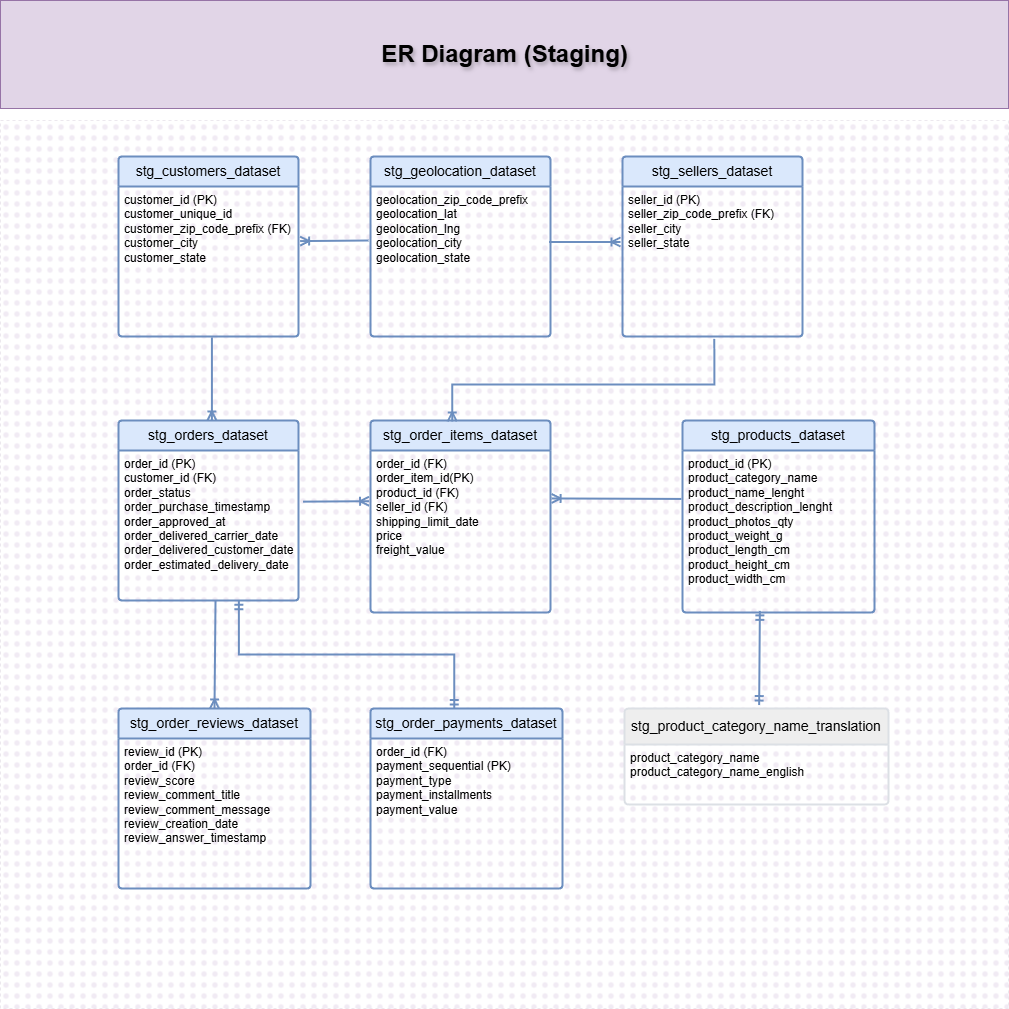
Earlier version of the draw.io export diagrams/ER Diagram.png (Thiraporn/olist_e_commerce). Source tidied: cells renumbered, new cells last; positions are measured from the earlier drawing's top-left corner, leaving out a move shared by most shapes.
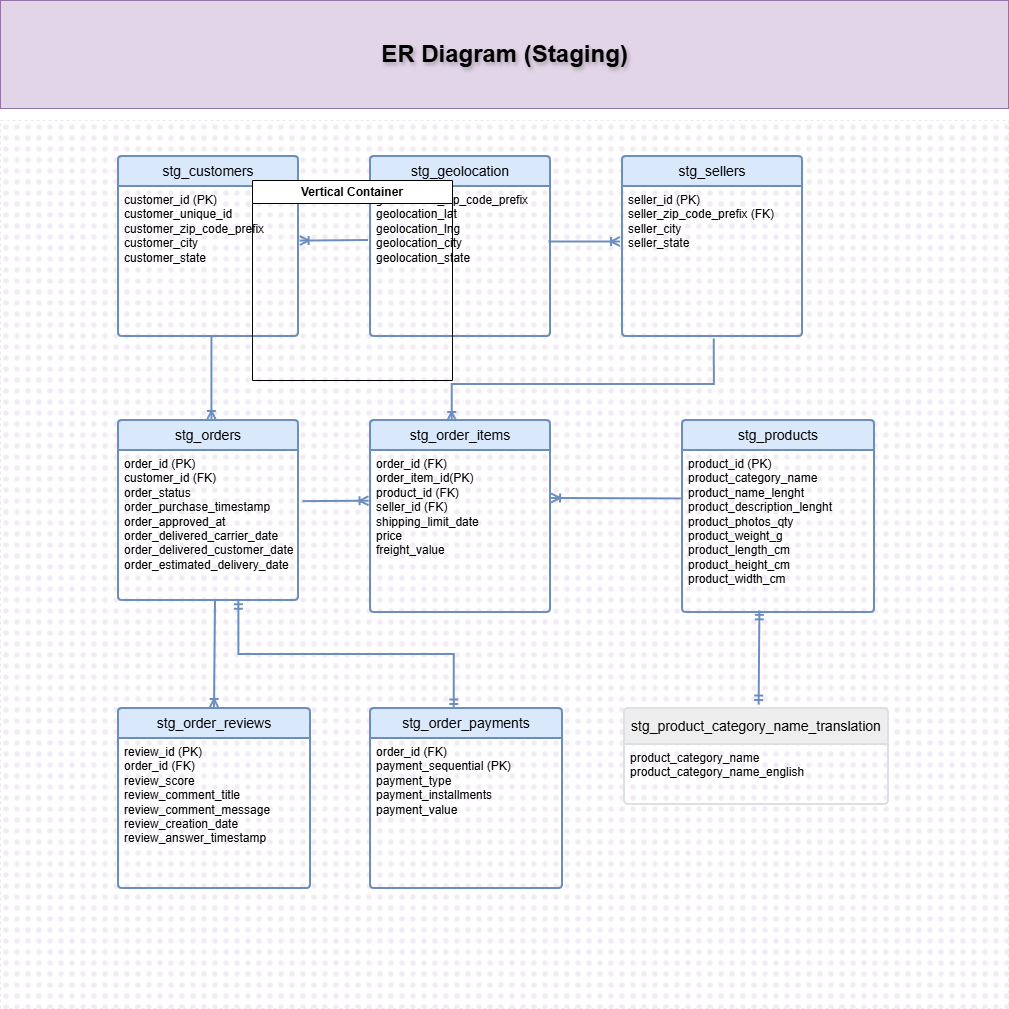
Later version of the same file.

Change to the diagram source:
```diff
@@ -5,7 +5,7 @@
     <mxCell id="2" style="text;fillColor=light-dark(#f1ebf4, #392f3f);strokeColor=light-dark(#ece8ee, #9577a3);align=center;fontStyle=1;verticalAlign=middle;fontSize=24;fontColor=default;labelBackgroundColor=none;labelBorderColor=none;textShadow=1;html=1;convertToSvg=0;dashed=1;fillStyle=dots;" parent="1" vertex="1">
       <mxGeometry y="120" width="1008" height="888" as="geometry" />
     </mxCell>
-    <mxCell id="3" value="stg_orders_dataset" style="swimlane;horizontal=1;startSize=30;rounded=1;fontSize=14;fontStyle=0;strokeWidth=2;shadow=0;dashed=0;align=center;arcSize=4;whiteSpace=wrap;html=1;fillColor=#dae8fc;strokeColor=#6c8ebf;" parent="1" vertex="1">
+    <mxCell id="3" value="stg_orders" style="swimlane;horizontal=1;startSize=30;rounded=1;fontSize=14;fontStyle=0;strokeWidth=2;shadow=0;dashed=0;align=center;arcSize=4;whiteSpace=wrap;html=1;fillColor=#dae8fc;strokeColor=#6c8ebf;" parent="1" vertex="1">
       <mxGeometry x="118" y="420" width="180" height="180" as="geometry" />
     </mxCell>
     <mxCell id="4" value="order_id (PK)&amp;nbsp;&lt;div&gt;customer_id&lt;span style=&quot;background-color: transparent; color: light-dark(rgb(0, 0, 0), rgb(255, 255, 255));&quot;&gt;&amp;nbsp;&lt;/span&gt;&lt;span style=&quot;background-color: transparent; color: light-dark(rgb(0, 0, 0), rgb(255, 255, 255));&quot;&gt;(FK)&lt;/span&gt;&lt;/div&gt;&lt;div&gt;order_status&lt;/div&gt;&lt;div&gt;order_purchase_timestamp&lt;/div&gt;&lt;div&gt;order_approved_at&lt;/div&gt;&lt;div&gt;order_delivered_carrier_date&lt;/div&gt;&lt;div&gt;order_delivered_customer_date&lt;/div&gt;&lt;div&gt;order_estimated_delivery_date&lt;/div&gt;&lt;div&gt;&lt;br&gt;&lt;/div&gt;" style="align=left;strokeColor=none;fillColor=none;spacingLeft=4;spacingRight=4;fontSize=12;verticalAlign=top;html=1;whiteSpace=wrap;" parent="3" vertex="1">
@@ -14,31 +14,31 @@
     <mxCell id="5" value="ER Diagram (Staging)" style="text;fillColor=#e1d5e7;strokeColor=#9673a6;align=center;fontStyle=1;verticalAlign=middle;fontSize=24;fontColor=default;labelBackgroundColor=none;labelBorderColor=none;textShadow=1;html=1;convertToSvg=0;" parent="1" vertex="1">
       <mxGeometry width="1008" height="108" as="geometry" />
     </mxCell>
-    <mxCell id="6" value="stg_customers_dataset" style="swimlane;horizontal=1;startSize=30;rounded=1;fontSize=14;fontStyle=0;strokeWidth=2;shadow=0;dashed=0;align=center;arcSize=4;whiteSpace=wrap;html=1;fillColor=#dae8fc;strokeColor=#6c8ebf;" parent="1" vertex="1">
+    <mxCell id="6" value="stg_customers" style="swimlane;horizontal=1;startSize=30;rounded=1;fontSize=14;fontStyle=0;strokeWidth=2;shadow=0;dashed=0;align=center;arcSize=4;whiteSpace=wrap;html=1;fillColor=#dae8fc;strokeColor=#6c8ebf;" parent="1" vertex="1">
       <mxGeometry x="118" y="156" width="180" height="180" as="geometry" />
     </mxCell>
-    <mxCell id="7" value="&lt;div&gt;&lt;div&gt;customer_id&amp;nbsp;&lt;span style=&quot;background-color: transparent; color: light-dark(rgb(0, 0, 0), rgb(255, 255, 255));&quot;&gt;(PK)&lt;/span&gt;&lt;/div&gt;&lt;div&gt;customer_unique_id&lt;/div&gt;&lt;div&gt;customer_zip_code_prefix&amp;nbsp;&lt;span style=&quot;background-color: transparent; color: light-dark(rgb(0, 0, 0), rgb(255, 255, 255));&quot;&gt;(FK)&lt;/span&gt;&lt;/div&gt;&lt;div&gt;customer_city&lt;/div&gt;&lt;div&gt;customer_state&lt;/div&gt;&lt;/div&gt;&lt;div&gt;&lt;br&gt;&lt;/div&gt;&lt;div&gt;&lt;br&gt;&lt;/div&gt;" style="align=left;strokeColor=none;fillColor=none;spacingLeft=4;spacingRight=4;fontSize=12;verticalAlign=top;html=1;whiteSpace=wrap;" parent="6" vertex="1">
+    <mxCell id="7" value="&lt;div&gt;&lt;div&gt;customer_id&amp;nbsp;&lt;span style=&quot;background-color: transparent; color: light-dark(rgb(0, 0, 0), rgb(255, 255, 255));&quot;&gt;(PK)&lt;/span&gt;&lt;/div&gt;&lt;div&gt;customer_unique_id&lt;/div&gt;&lt;div&gt;customer_zip_code_prefix&lt;/div&gt;&lt;div&gt;customer_city&lt;/div&gt;&lt;div&gt;customer_state&lt;/div&gt;&lt;/div&gt;&lt;div&gt;&lt;br&gt;&lt;/div&gt;&lt;div&gt;&lt;br&gt;&lt;/div&gt;" style="align=left;strokeColor=none;fillColor=none;spacingLeft=4;spacingRight=4;fontSize=12;verticalAlign=top;html=1;whiteSpace=wrap;" parent="6" vertex="1">
       <mxGeometry y="30" width="180" height="150" as="geometry" />
     </mxCell>
-    <mxCell id="8" value="stg_order_items_dataset" style="swimlane;horizontal=1;startSize=30;rounded=1;fontSize=14;fontStyle=0;strokeWidth=2;shadow=0;dashed=0;align=center;arcSize=4;whiteSpace=wrap;html=1;fillColor=#dae8fc;strokeColor=#6c8ebf;" parent="1" vertex="1">
+    <mxCell id="8" value="stg_order_items" style="swimlane;horizontal=1;startSize=30;rounded=1;fontSize=14;fontStyle=0;strokeWidth=2;shadow=0;dashed=0;align=center;arcSize=4;whiteSpace=wrap;html=1;fillColor=#dae8fc;strokeColor=#6c8ebf;" parent="1" vertex="1">
       <mxGeometry x="370" y="420" width="180" height="192" as="geometry" />
     </mxCell>
     <mxCell id="9" value="&lt;div&gt;&lt;div&gt;order_id&lt;span style=&quot;background-color: transparent; color: light-dark(rgb(0, 0, 0), rgb(255, 255, 255));&quot;&gt;&amp;nbsp;&lt;/span&gt;&lt;span style=&quot;background-color: transparent; color: light-dark(rgb(0, 0, 0), rgb(255, 255, 255));&quot;&gt;(FK)&lt;/span&gt;&lt;/div&gt;&lt;div&gt;&lt;div&gt;order_item_id(PK)&lt;/div&gt;&lt;div&gt;product_id&lt;span style=&quot;background-color: transparent; color: light-dark(rgb(0, 0, 0), rgb(255, 255, 255));&quot;&gt;&amp;nbsp;&lt;/span&gt;&lt;span style=&quot;background-color: transparent; color: light-dark(rgb(0, 0, 0), rgb(255, 255, 255));&quot;&gt;(FK)&lt;/span&gt;&lt;/div&gt;&lt;div&gt;seller_id&lt;span style=&quot;background-color: transparent; color: light-dark(rgb(0, 0, 0), rgb(255, 255, 255));&quot;&gt;&amp;nbsp;&lt;/span&gt;&lt;span style=&quot;background-color: transparent; color: light-dark(rgb(0, 0, 0), rgb(255, 255, 255));&quot;&gt;(FK)&lt;/span&gt;&lt;/div&gt;&lt;div&gt;shipping_limit_date&lt;/div&gt;&lt;div&gt;price&lt;/div&gt;&lt;div&gt;freight_value&lt;/div&gt;&lt;/div&gt;&lt;/div&gt;&lt;div&gt;&lt;br&gt;&lt;/div&gt;&lt;div&gt;&lt;br&gt;&lt;/div&gt;" style="align=left;strokeColor=none;fillColor=none;spacingLeft=4;spacingRight=4;fontSize=12;verticalAlign=top;html=1;whiteSpace=wrap;" parent="8" vertex="1">
       <mxGeometry y="30" width="180" height="162" as="geometry" />
     </mxCell>
-    <mxCell id="10" value="stg_products_dataset" style="swimlane;horizontal=1;startSize=30;rounded=1;fontSize=14;fontStyle=0;strokeWidth=2;shadow=0;dashed=0;align=center;arcSize=4;whiteSpace=wrap;html=1;fillColor=#dae8fc;strokeColor=#6c8ebf;" parent="1" vertex="1">
+    <mxCell id="10" value="stg_products" style="swimlane;horizontal=1;startSize=30;rounded=1;fontSize=14;fontStyle=0;strokeWidth=2;shadow=0;dashed=0;align=center;arcSize=4;whiteSpace=wrap;html=1;fillColor=#dae8fc;strokeColor=#6c8ebf;" parent="1" vertex="1">
       <mxGeometry x="682" y="420" width="192" height="192" as="geometry" />
     </mxCell>
     <mxCell id="11" value="&lt;div&gt;&lt;div&gt;product_id (PK)&lt;/div&gt;&lt;div&gt;&lt;div&gt;product_category_name&lt;/div&gt;&lt;div&gt;product_name_lenght&lt;/div&gt;&lt;div&gt;product_description_lenght&lt;/div&gt;&lt;div&gt;product_photos_qty&lt;/div&gt;&lt;div&gt;product_weight_g&lt;/div&gt;&lt;div&gt;product_length_cm&lt;/div&gt;&lt;div&gt;product_height_cm&lt;/div&gt;&lt;div&gt;product_width_cm&lt;/div&gt;&lt;/div&gt;&lt;/div&gt;&lt;div&gt;&lt;br&gt;&lt;/div&gt;&lt;div&gt;&lt;br&gt;&lt;/div&gt;&lt;div&gt;&lt;br&gt;&lt;/div&gt;" style="align=left;strokeColor=none;fillColor=none;spacingLeft=4;spacingRight=4;fontSize=12;verticalAlign=top;html=1;whiteSpace=wrap;" parent="10" vertex="1">
       <mxGeometry y="30" width="192" height="162" as="geometry" />
     </mxCell>
-    <mxCell id="12" value="stg_sellers_dataset" style="swimlane;horizontal=1;startSize=30;rounded=1;fontSize=14;fontStyle=0;strokeWidth=2;shadow=0;dashed=0;align=center;arcSize=4;whiteSpace=wrap;html=1;fillColor=#dae8fc;strokeColor=#6c8ebf;" parent="1" vertex="1">
+    <mxCell id="12" value="stg_sellers" style="swimlane;horizontal=1;startSize=30;rounded=1;fontSize=14;fontStyle=0;strokeWidth=2;shadow=0;dashed=0;align=center;arcSize=4;whiteSpace=wrap;html=1;fillColor=#dae8fc;strokeColor=#6c8ebf;" parent="1" vertex="1">
       <mxGeometry x="622" y="156" width="180" height="180" as="geometry" />
     </mxCell>
     <mxCell id="13" value="&lt;div&gt;&lt;span style=&quot;background-color: transparent; color: light-dark(rgb(0, 0, 0), rgb(255, 255, 255));&quot;&gt;seller_id&amp;nbsp;&lt;/span&gt;&lt;span style=&quot;background-color: transparent; color: light-dark(rgb(0, 0, 0), rgb(255, 255, 255));&quot;&gt;(PK)&lt;/span&gt;&lt;/div&gt;&lt;div&gt;&lt;div&gt;seller_zip_code_prefix&lt;span style=&quot;background-color: transparent; color: light-dark(rgb(0, 0, 0), rgb(255, 255, 255));&quot;&gt;&amp;nbsp;&lt;/span&gt;&lt;span style=&quot;background-color: transparent; color: light-dark(rgb(0, 0, 0), rgb(255, 255, 255));&quot;&gt;(FK)&lt;/span&gt;&lt;/div&gt;&lt;div&gt;seller_city&lt;/div&gt;&lt;div&gt;seller_state&lt;/div&gt;&lt;/div&gt;&lt;div&gt;&lt;br&gt;&lt;/div&gt;" style="align=left;strokeColor=none;fillColor=none;spacingLeft=4;spacingRight=4;fontSize=12;verticalAlign=top;html=1;whiteSpace=wrap;" parent="12" vertex="1">
       <mxGeometry y="30" width="180" height="150" as="geometry" />
     </mxCell>
-    <mxCell id="14" value="stg_order_reviews_dataset" style="swimlane;horizontal=1;startSize=30;rounded=1;fontSize=14;fontStyle=0;strokeWidth=2;shadow=0;dashed=0;align=center;arcSize=4;whiteSpace=wrap;html=1;fillColor=#dae8fc;strokeColor=#6c8ebf;" parent="1" vertex="1">
+    <mxCell id="14" value="stg_order_reviews" style="swimlane;horizontal=1;startSize=30;rounded=1;fontSize=14;fontStyle=0;strokeWidth=2;shadow=0;dashed=0;align=center;arcSize=4;whiteSpace=wrap;html=1;fillColor=#dae8fc;strokeColor=#6c8ebf;" parent="1" vertex="1">
       <mxGeometry x="118" y="708" width="192" height="180" as="geometry" />
     </mxCell>
     <mxCell id="15" value="&lt;div&gt;&lt;div&gt;&lt;div&gt;&lt;div&gt;&lt;div&gt;&lt;span style=&quot;background-color: transparent; color: light-dark(rgb(0, 0, 0), rgb(255, 255, 255));&quot;&gt;review_id&amp;nbsp;&lt;/span&gt;&lt;span style=&quot;background-color: transparent; color: light-dark(rgb(0, 0, 0), rgb(255, 255, 255));&quot;&gt;(PK)&lt;/span&gt;&lt;/div&gt;&lt;div&gt;&lt;div&gt;order_id&amp;nbsp;&lt;span style=&quot;background-color: transparent; color: light-dark(rgb(0, 0, 0), rgb(255, 255, 255));&quot;&gt;(FK)&lt;/span&gt;&lt;/div&gt;&lt;div&gt;review_score&lt;/div&gt;&lt;div&gt;review_comment_title&lt;/div&gt;&lt;div&gt;review_comment_message&lt;/div&gt;&lt;div&gt;review_creation_date&lt;/div&gt;&lt;div&gt;review_answer_timestamp&lt;/div&gt;&lt;/div&gt;&lt;/div&gt;&lt;div&gt;&lt;br&gt;&lt;/div&gt;&lt;div&gt;&lt;br&gt;&lt;/div&gt;&lt;/div&gt;&lt;/div&gt;&lt;/div&gt;" style="align=left;strokeColor=none;fillColor=none;spacingLeft=4;spacingRight=4;fontSize=12;verticalAlign=top;html=1;whiteSpace=wrap;" parent="14" vertex="1">
@@ -56,13 +56,13 @@
     <mxCell id="19" style="fontSize=12;html=1;endArrow=ERmandOne;startArrow=ERmandOne;rounded=0;fillColor=#dae8fc;strokeColor=#6c8ebf;strokeWidth=2;entryX=0.669;entryY=0.998;entryDx=0;entryDy=0;entryPerimeter=0;edgeStyle=orthogonalEdgeStyle;exitX=0.436;exitY=0.003;exitDx=0;exitDy=0;exitPerimeter=0;" parent="1" edge="1" source="22" target="4">
       <mxGeometry relative="1" as="geometry" />
     </mxCell>
-    <mxCell id="20" value="stg_geolocation_dataset" style="swimlane;horizontal=1;startSize=30;rounded=1;fontSize=14;fontStyle=0;strokeWidth=2;shadow=0;dashed=0;align=center;arcSize=4;whiteSpace=wrap;html=1;fillColor=#dae8fc;strokeColor=#6c8ebf;" parent="1" vertex="1">
+    <mxCell id="20" value="stg_geolocation" style="swimlane;horizontal=1;startSize=30;rounded=1;fontSize=14;fontStyle=0;strokeWidth=2;shadow=0;dashed=0;align=center;arcSize=4;whiteSpace=wrap;html=1;fillColor=#dae8fc;strokeColor=#6c8ebf;" parent="1" vertex="1">
       <mxGeometry x="370" y="156" width="180" height="180" as="geometry" />
     </mxCell>
     <mxCell id="21" value="&lt;div&gt;&lt;div&gt;geolocation_zip_code_prefix&lt;/div&gt;&lt;div&gt;geolocation_lat&lt;/div&gt;&lt;div&gt;geolocation_lng&lt;/div&gt;&lt;div&gt;geolocation_city&lt;/div&gt;&lt;div&gt;geolocation_state&lt;/div&gt;&lt;/div&gt;&lt;div&gt;&lt;br&gt;&lt;/div&gt;&lt;div&gt;&lt;br&gt;&lt;/div&gt;" style="align=left;strokeColor=none;fillColor=none;spacingLeft=4;spacingRight=4;fontSize=12;verticalAlign=top;html=1;whiteSpace=wrap;" parent="20" vertex="1">
       <mxGeometry y="30" width="180" height="150" as="geometry" />
     </mxCell>
-    <mxCell id="22" value="stg_order_payments_dataset" style="swimlane;horizontal=1;startSize=30;rounded=1;fontSize=14;fontStyle=0;strokeWidth=2;shadow=0;dashed=0;align=center;arcSize=4;whiteSpace=wrap;html=1;fillColor=#dae8fc;strokeColor=#6c8ebf;" parent="1" vertex="1">
+    <mxCell id="22" value="stg_order_payments" style="swimlane;horizontal=1;startSize=30;rounded=1;fontSize=14;fontStyle=0;strokeWidth=2;shadow=0;dashed=0;align=center;arcSize=4;whiteSpace=wrap;html=1;fillColor=#dae8fc;strokeColor=#6c8ebf;" parent="1" vertex="1">
       <mxGeometry x="370" y="708" width="192" height="180" as="geometry" />
     </mxCell>
     <mxCell id="23" value="&lt;div&gt;&lt;div&gt;order_id&lt;span style=&quot;background-color: transparent; color: light-dark(rgb(0, 0, 0), rgb(255, 255, 255));&quot;&gt;&amp;nbsp;&lt;/span&gt;&lt;span style=&quot;background-color: transparent; color: light-dark(rgb(0, 0, 0), rgb(255, 255, 255));&quot;&gt;(FK)&lt;/span&gt;&lt;/div&gt;&lt;div&gt;payment_sequential (PK)&lt;/div&gt;&lt;div&gt;payment_type&lt;/div&gt;&lt;div&gt;payment_installments&lt;/div&gt;&lt;div&gt;payment_value&lt;/div&gt;&lt;/div&gt;&lt;div&gt;&lt;br&gt;&lt;/div&gt;&lt;div&gt;&lt;br&gt;&lt;/div&gt;&lt;div&gt;&lt;br&gt;&lt;/div&gt;" style="align=left;strokeColor=none;fillColor=none;spacingLeft=4;spacingRight=4;fontSize=12;verticalAlign=top;html=1;whiteSpace=wrap;" parent="22" vertex="1">
@@ -96,5 +96,8 @@
     <mxCell id="30" style="fontSize=12;html=1;endArrow=ERoneToMany;rounded=0;entryX=-0.011;entryY=0.37;entryDx=0;entryDy=0;entryPerimeter=0;fillColor=#dae8fc;strokeColor=#6c8ebf;strokeWidth=2;exitX=0.992;exitY=0.37;exitDx=0;exitDy=0;exitPerimeter=0;" parent="1" edge="1" source="21" target="13">
       <mxGeometry relative="1" as="geometry" />
     </mxCell>
+    <mxCell id="31" value="Vertical Container" style="swimlane;whiteSpace=wrap;html=1;" parent="1" vertex="1">
+      <mxGeometry x="252" y="180" width="200" height="200" as="geometry" />
+    </mxCell>
   </root>
 </mxGraphModel>
```
